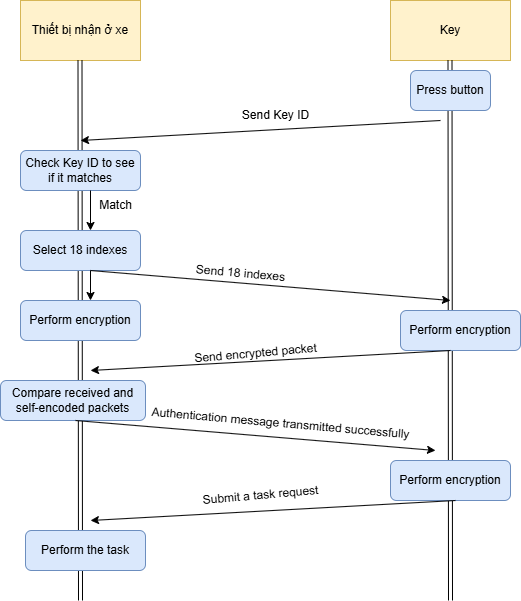
hienlk/smart-key keeps this draw.io diagram as res/workflow.png. Above is the earlier version. Source tidied: cells renumbered, new cells last; positions are measured from the earlier drawing's top-left corner, leaving out a move shared by most shapes. The source it was exported from:
```xml
<mxGraphModel>
  <root>
    <mxCell id="0" />
    <mxCell id="1" parent="0" />
    <mxCell id="2" value="Key" style="rounded=0;whiteSpace=wrap;html=1;fillColor=#fff2cc;strokeColor=#d6b656;" parent="1" vertex="1">
      <mxGeometry x="390" width="120" height="60" as="geometry" />
    </mxCell>
    <mxCell id="3" value="Thiết bị nhận ở xe" style="rounded=0;whiteSpace=wrap;html=1;fillColor=#fff2cc;strokeColor=#d6b656;" parent="1" vertex="1">
      <mxGeometry x="20" width="120" height="60" as="geometry" />
    </mxCell>
    <mxCell id="4" style="shape=link;html=1;rounded=0;" parent="1" edge="1">
      <mxGeometry relative="1" as="geometry">
        <mxPoint x="449.5" y="60" as="sourcePoint" />
        <mxPoint x="450" y="600" as="targetPoint" />
      </mxGeometry>
    </mxCell>
    <mxCell id="5" style="shape=link;html=1;rounded=0;" parent="1" edge="1">
      <mxGeometry relative="1" as="geometry">
        <mxPoint x="79.5" y="60" as="sourcePoint" />
        <mxPoint x="80" y="600" as="targetPoint" />
      </mxGeometry>
    </mxCell>
    <mxCell id="6" value="Press button" style="rounded=1;whiteSpace=wrap;html=1;fillColor=#dae8fc;strokeColor=#6c8ebf;" parent="1" vertex="1">
      <mxGeometry x="410" y="70" width="80" height="40" as="geometry" />
    </mxCell>
    <mxCell id="7" style="endArrow=classic;html=1;rounded=0;" parent="1" edge="1">
      <mxGeometry relative="1" as="geometry">
        <mxPoint x="440" y="120" as="sourcePoint" />
        <mxPoint x="80" y="140" as="targetPoint" />
      </mxGeometry>
    </mxCell>
    <mxCell id="8" value="Send Key ID" style="text;html=1;align=center;verticalAlign=middle;strokeColor=none;fillColor=none;rotation=0;" parent="1" vertex="1">
      <mxGeometry x="230" y="100" width="90" height="30" as="geometry" />
    </mxCell>
    <mxCell id="9" value="Check Key ID to see if it matches" style="rounded=1;whiteSpace=wrap;html=1;fillColor=#dae8fc;strokeColor=#6c8ebf;" parent="1" vertex="1">
      <mxGeometry x="20" y="150" width="120" height="40" as="geometry" />
    </mxCell>
    <mxCell id="10" style="endArrow=classic;html=1;rounded=0;" parent="1" edge="1">
      <mxGeometry relative="1" as="geometry">
        <mxPoint x="90" y="190" as="sourcePoint" />
        <mxPoint x="90" y="230" as="targetPoint" />
      </mxGeometry>
    </mxCell>
    <mxCell id="11" value="Match" style="text;html=1;align=center;verticalAlign=middle;strokeColor=none;fillColor=none;" parent="1" vertex="1">
      <mxGeometry x="85" y="190" width="60" height="30" as="geometry" />
    </mxCell>
    <mxCell id="12" value="Select 18 indexes" style="rounded=1;whiteSpace=wrap;html=1;fillColor=#dae8fc;strokeColor=#6c8ebf;" parent="1" vertex="1">
      <mxGeometry x="20" y="230" width="120" height="40" as="geometry" />
    </mxCell>
    <mxCell id="13" style="endArrow=classic;html=1;rounded=0;exitX=0.583;exitY=1;exitDx=0;exitDy=0;exitPerimeter=0;" parent="1" edge="1" source="12">
      <mxGeometry relative="1" as="geometry">
        <mxPoint x="450" y="300" as="targetPoint" />
      </mxGeometry>
    </mxCell>
    <mxCell id="14" value="Send 18 indexes" style="text;html=1;align=center;verticalAlign=middle;strokeColor=none;fillColor=none;rotation=5;" parent="1" vertex="1">
      <mxGeometry x="185" y="258" width="110" height="30" as="geometry" />
    </mxCell>
    <mxCell id="15" value="Perform encryption" style="rounded=1;whiteSpace=wrap;html=1;fillColor=#dae8fc;strokeColor=#6c8ebf;" parent="1" vertex="1">
      <mxGeometry x="400" y="310" width="120" height="40" as="geometry" />
    </mxCell>
    <mxCell id="16" style="endArrow=classic;html=1;rounded=0;" parent="1" edge="1">
      <mxGeometry relative="1" as="geometry">
        <mxPoint x="450" y="350" as="sourcePoint" />
        <mxPoint x="90" y="370" as="targetPoint" />
      </mxGeometry>
    </mxCell>
    <mxCell id="17" style="endArrow=classic;html=1;rounded=0;" parent="1" edge="1">
      <mxGeometry relative="1" as="geometry">
        <mxPoint x="90" y="270" as="sourcePoint" />
        <mxPoint x="90" y="300" as="targetPoint" />
      </mxGeometry>
    </mxCell>
    <mxCell id="18" value="Perform encryption" style="rounded=1;whiteSpace=wrap;html=1;fillColor=#dae8fc;strokeColor=#6c8ebf;" parent="1" vertex="1">
      <mxGeometry x="20" y="300" width="120" height="40" as="geometry" />
    </mxCell>
    <mxCell id="19" value="Compare received and self-encoded packets" style="rounded=1;whiteSpace=wrap;html=1;fillColor=#dae8fc;strokeColor=#6c8ebf;" parent="1" vertex="1">
      <mxGeometry y="380" width="145" height="40" as="geometry" />
    </mxCell>
    <mxCell id="20" value="Send encrypted packet" style="text;html=1;align=center;verticalAlign=middle;strokeColor=none;fillColor=none;rotation=-5;" parent="1" vertex="1">
      <mxGeometry x="180" y="338" width="150" height="30" as="geometry" />
    </mxCell>
    <mxCell id="21" style="endArrow=classic;html=1;rounded=0;exitX=0.583;exitY=1;exitDx=0;exitDy=0;exitPerimeter=0;" parent="1" edge="1">
      <mxGeometry relative="1" as="geometry">
        <mxPoint x="75" y="420" as="sourcePoint" />
        <mxPoint x="435" y="450" as="targetPoint" />
      </mxGeometry>
    </mxCell>
    <mxCell id="22" value="Perform encryption" style="rounded=1;whiteSpace=wrap;html=1;fillColor=#dae8fc;strokeColor=#6c8ebf;" parent="1" vertex="1">
      <mxGeometry x="390" y="460" width="120" height="40" as="geometry" />
    </mxCell>
    <mxCell id="23" value="Authentication message transmitted successfully" style="text;html=1;align=center;verticalAlign=middle;strokeColor=none;fillColor=none;rotation=5;" parent="1" vertex="1">
      <mxGeometry x="140" y="408" width="280" height="30" as="geometry" />
    </mxCell>
    <mxCell id="24" style="endArrow=classic;html=1;rounded=0;" parent="1" edge="1">
      <mxGeometry relative="1" as="geometry">
        <mxPoint x="455" y="500" as="sourcePoint" />
        <mxPoint x="90" y="520" as="targetPoint" />
      </mxGeometry>
    </mxCell>
    <mxCell id="25" value="Submit a task request" style="text;html=1;align=center;verticalAlign=middle;strokeColor=none;fillColor=none;rotation=-5;" parent="1" vertex="1">
      <mxGeometry x="190" y="480" width="140" height="30" as="geometry" />
    </mxCell>
    <mxCell id="26" value="Perform the task" style="rounded=1;whiteSpace=wrap;html=1;fillColor=#dae8fc;strokeColor=#6c8ebf;" parent="1" vertex="1">
      <mxGeometry x="25" y="530" width="120" height="40" as="geometry" />
    </mxCell>
  </root>
</mxGraphModel>
```
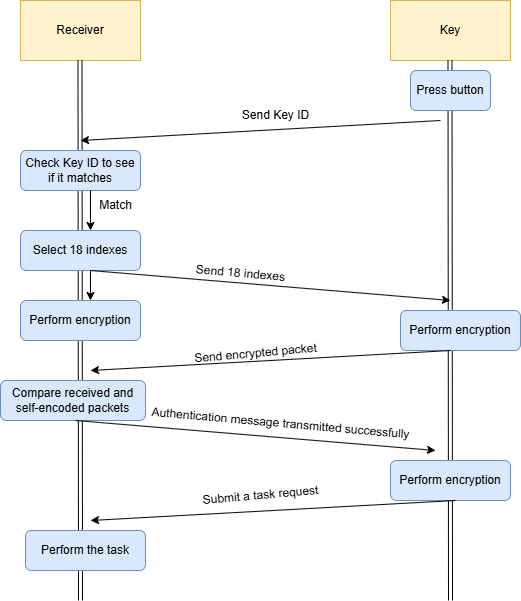
The same file after the commit.

What changed in the source:
```diff
@@ -5,7 +5,7 @@
     <mxCell id="2" value="Key" style="rounded=0;whiteSpace=wrap;html=1;fillColor=#fff2cc;strokeColor=#d6b656;" parent="1" vertex="1">
       <mxGeometry x="390" width="120" height="60" as="geometry" />
     </mxCell>
-    <mxCell id="3" value="Thiết bị nhận ở xe" style="rounded=0;whiteSpace=wrap;html=1;fillColor=#fff2cc;strokeColor=#d6b656;" parent="1" vertex="1">
+    <mxCell id="3" value="Receiver" style="rounded=0;whiteSpace=wrap;html=1;fillColor=#fff2cc;strokeColor=#d6b656;" parent="1" vertex="1">
       <mxGeometry x="20" width="120" height="60" as="geometry" />
     </mxCell>
     <mxCell id="4" style="shape=link;html=1;rounded=0;" parent="1" edge="1">
```
